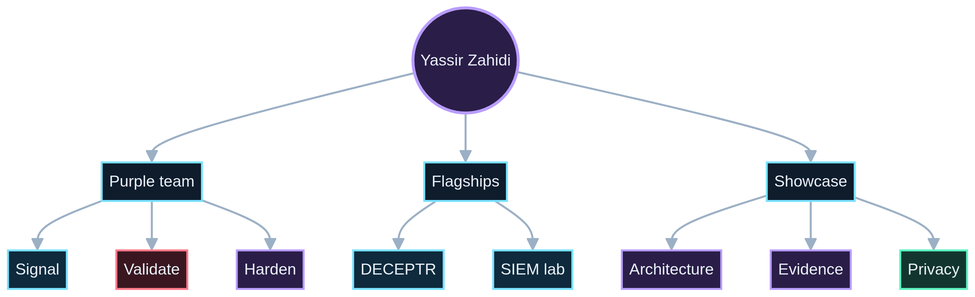
Earlier version of the Mermaid export assets/diagrams/portfolio-mindmap.png (y-zahidi/y-zahidi). Its source is kept beside it as assets/diagrams/portfolio-mindmap.mmd. Source of this version:
```mermaid
%%{init: {'theme':'base','themeVariables': {'background':'#07111D','primaryColor':'#0E1C2C','primaryTextColor':'#E7EEF7','primaryBorderColor':'#79E2FF','lineColor':'#9CB0C5','tertiaryColor':'#0E1C2C','clusterBkg':'#0E1C2C','clusterBorder':'#2A4560','fontFamily':'Arial'}}}%%
flowchart TB
    ROOT(("Yassir Zahidi"))

    ROOT --> P["Purple team"]
    ROOT --> F["Flagships"]
    ROOT --> S["Showcase"]

    P --> PS["Signal"]
    P --> PV["Validate"]
    P --> PH["Harden"]

    F --> FD["DECEPTR"]
    F --> FS["SIEM lab"]

    S --> SA["Architecture"]
    S --> SV["Evidence"]
    S --> SC["Privacy"]

    classDef root fill:#2A1D47,stroke:#B89CFF,color:#E7EEF7,stroke-width:3px;
    classDef section fill:#0E1C2C,stroke:#79E2FF,color:#E7EEF7,stroke-width:2px;
    classDef blue fill:#0E2A3C,stroke:#79E2FF,color:#E7EEF7,stroke-width:2px;
    classDef red fill:#3A1720,stroke:#FF7A8A,color:#E7EEF7,stroke-width:2px;
    classDef violet fill:#2A1D47,stroke:#B89CFF,color:#E7EEF7,stroke-width:2px;
    classDef green fill:#12362F,stroke:#5CF2C1,color:#E7EEF7,stroke-width:2px;

    class ROOT root;
    class P,F,S section;
    class PS,FD,FS blue;
    class PV red;
    class PH,SA,SV violet;
    class SC green;

    linkStyle default stroke:#9CB0C5,stroke-width:2px;
```
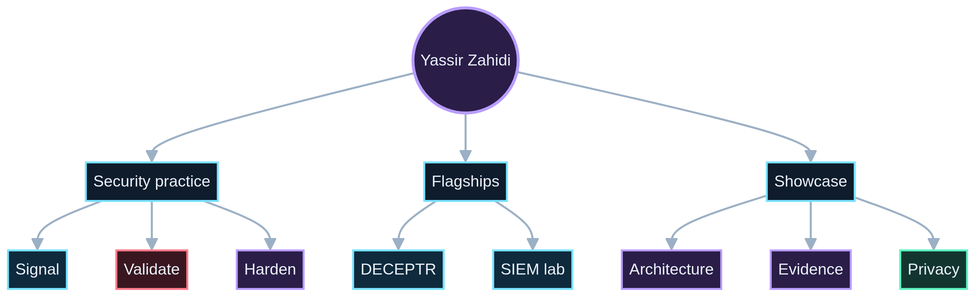
Above is the later version.

Commit message:
Remove explicit team labels from profile map

Diff of the diagram source:
```diff
@@ -2,7 +2,7 @@
 flowchart TB
     ROOT(("Yassir Zahidi"))
 
-    ROOT --> P["Purple team"]
+    ROOT --> P["Security practice"]
     ROOT --> F["Flagships"]
     ROOT --> S["Showcase"]
 
```
